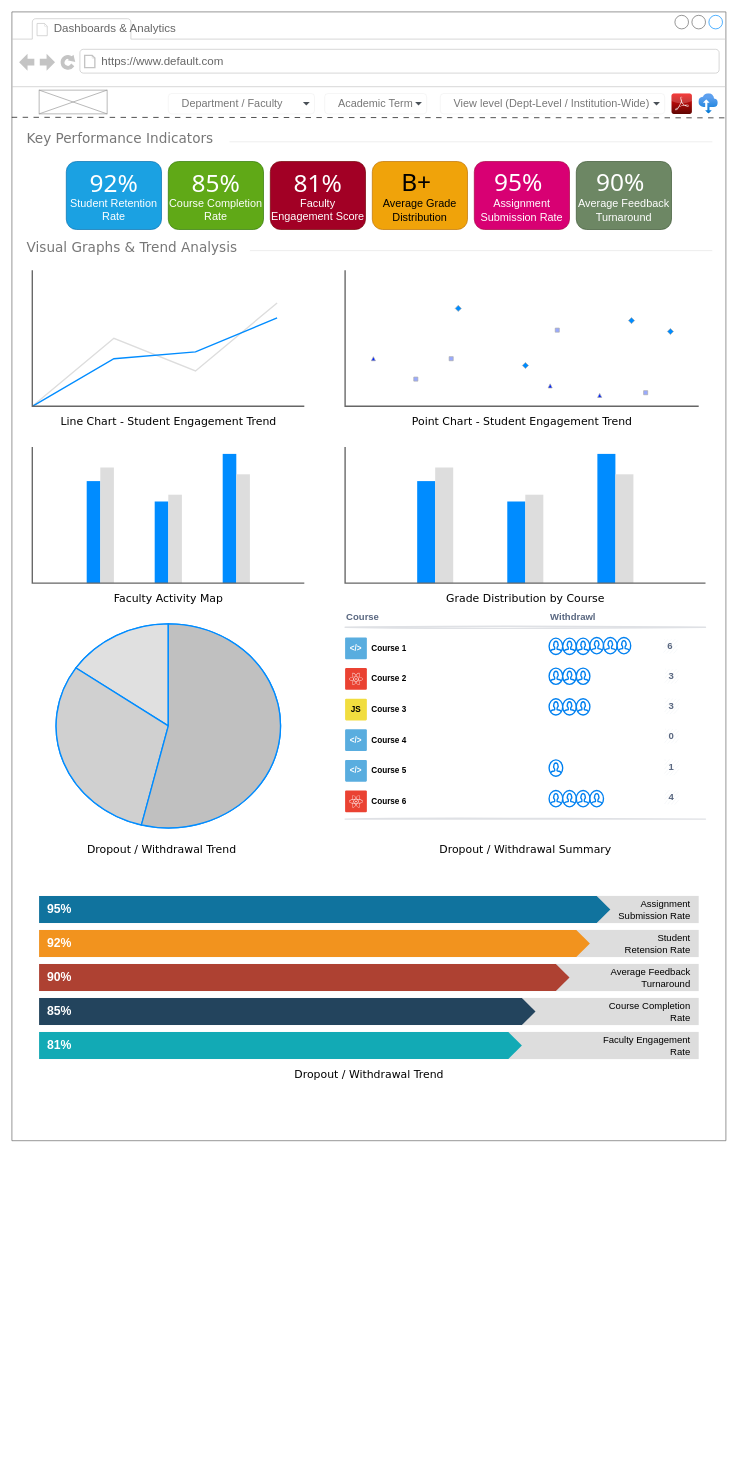
This is page "Dashboards & Analytics" (2 of 10) of 02 - LMS-SysCollege/04 - UI_Designs/WireFrame.drawio from ZohaibWaqarMalik/Technical-Business-Analyst-Projects, a draw.io file, before an edit. Source tidied: cells renumbered, new cells numbered last; positions are measured from the earlier drawing's top-left corner, leaving out a move shared by most shapes. Both pictures are drawn from the tidied source at 68%, with x=0, y=0 at pixel (12, 12).
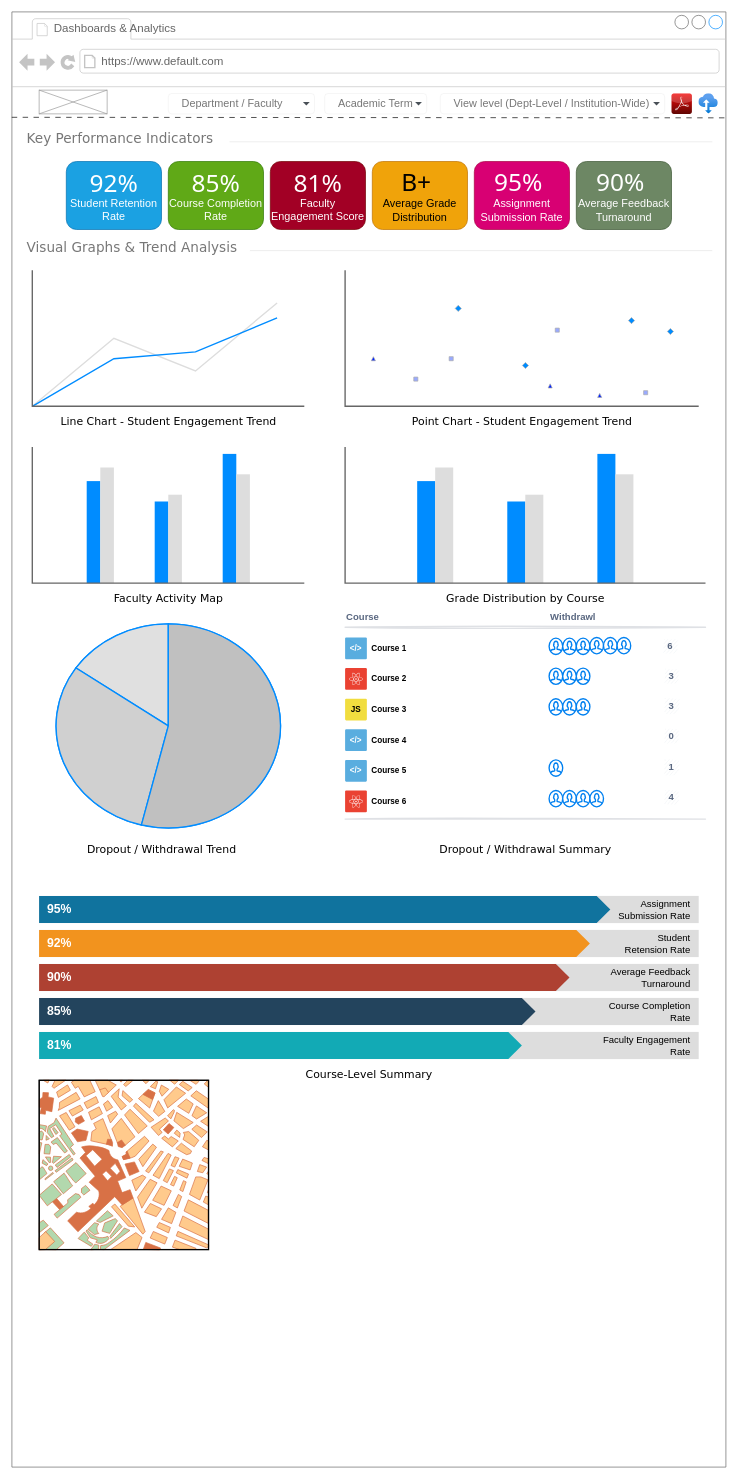
Above is the later version.

Commit message (it also covers changes not shown here):
Update Wireframe Dashboard and Analytics

The edit, as a diff of the source:
```diff
@@
     <mxCell id="2" style="strokeWidth=1;shadow=0;dashed=0;align=center;html=1;shape=mxgraph.mockup.containers.browserWindow;rSize=0;strokeColor=#666666;mainText=,;rounded=0;labelBackgroundColor=none;fontFamily=Verdana;fontSize=12;" parent="1" vertex="1">
-      <mxGeometry width="1050" height="1660" as="geometry" />
+      <mxGeometry width="1050" height="2140" as="geometry" />
     </mxCell>
@@
-    <mxCell id="91" value="&lt;div style=&quot;font-size: 16px;&quot;&gt;Dropout / Withdrawal Trend&lt;/div&gt;" style="text;html=1;align=center;verticalAlign=top;spacingTop=-4;fontSize=26;fontFamily=Verdana;" parent="2" vertex="1">
+    <mxCell id="91" value="&lt;div style=&quot;font-size: 16px;&quot;&gt;Course-Level Summary&lt;/div&gt;" style="text;html=1;align=center;verticalAlign=top;spacingTop=-4;fontSize=26;fontFamily=Verdana;" parent="2" vertex="1">
       <mxGeometry x="40" y="1550" width="970" height="21" as="geometry" />
     </mxCell>
+    <mxCell id="93" style="verticalLabelPosition=bottom;shadow=0;dashed=0;align=center;html=1;verticalAlign=top;strokeWidth=1;shape=mxgraph.mockup.misc.map;" parent="2" vertex="1">
+      <mxGeometry x="40" y="1571" width="250" height="250" as="geometry" />
+    </mxCell>
```
